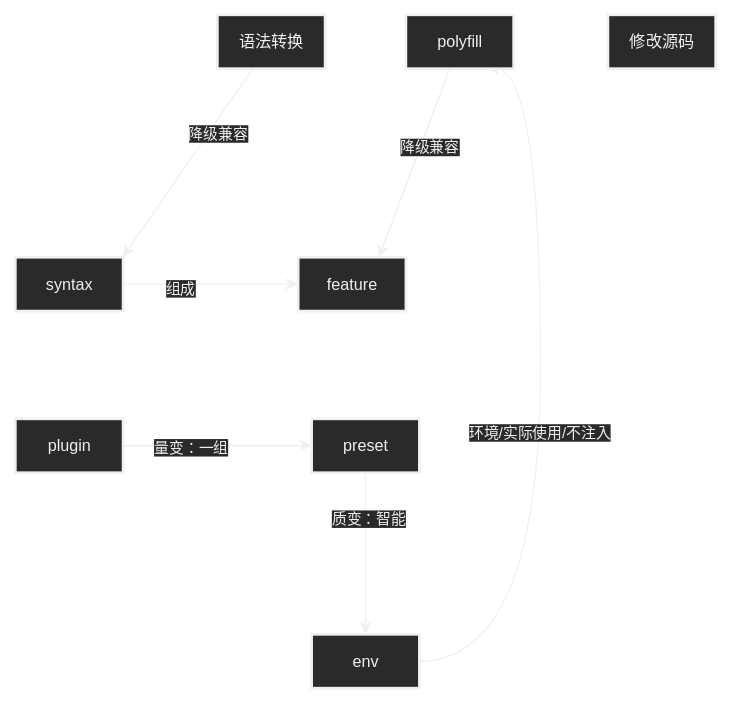
Echo-Yanglulu/obsidianPrivateNote keeps this draw.io diagram as 笔记/前端/工程化/assets/babel基本概念.svg. Above is the earlier version. Source tidied: cells renumbered, new cells last; positions are measured from the earlier drawing's top-left corner, leaving out a move shared by most shapes.
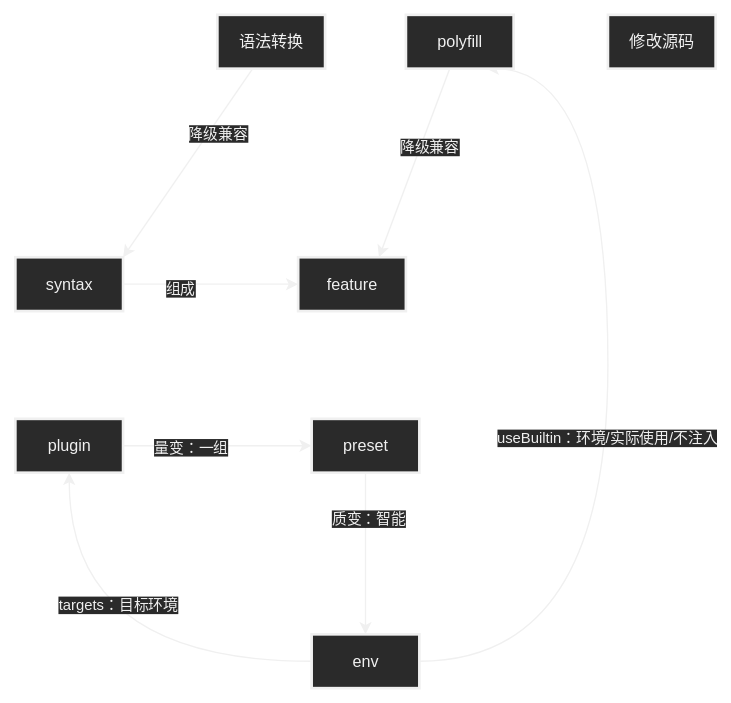
The same diagram one commit later.

Change to the diagram source:
```diff
@@ -35,14 +35,20 @@
     <mxCell id="12" style="edgeStyle=orthogonalEdgeStyle;html=1;entryX=0.75;entryY=1;entryDx=0;entryDy=0;curved=1;" parent="1" edge="1" source="14" target="20">
       <mxGeometry relative="1" as="geometry">
         <Array as="points">
-          <mxPoint x="390" y="480" />
-          <mxPoint x="390" y="40" />
+          <mxPoint x="440" y="480" />
+          <mxPoint x="440" y="40" />
         </Array>
       </mxGeometry>
     </mxCell>
-    <mxCell id="13" value="环境/实际使用/不注入" style="edgeLabel;html=1;align=center;verticalAlign=middle;" parent="12" vertex="1">
+    <mxCell id="13" value="useBuiltin：环境/实际使用/不注入" style="edgeLabel;html=1;align=center;verticalAlign=middle;" parent="12" vertex="1">
       <mxGeometry x="-0.08" y="2" relative="1" as="geometry" />
     </mxCell>
+    <mxCell id="22" style="edgeStyle=orthogonalEdgeStyle;curved=1;html=1;" parent="1" edge="1" source="14" target="8">
+      <mxGeometry relative="1" as="geometry" />
+    </mxCell>
+    <mxCell id="23" value="targets：目标环境" style="edgeLabel;html=1;align=center;verticalAlign=middle;" parent="22" vertex="1">
+      <mxGeometry x="0.39" y="-35" relative="1" as="geometry" />
+    </mxCell>
     <mxCell id="14" value="env" style="strokeWidth=2;html=1;shape=mxgraph.flowchart.document2;whiteSpace=wrap;size=0.25;" parent="1" vertex="1">
       <mxGeometry x="220" y="460" width="80" height="40" as="geometry" />
     </mxCell>
```
